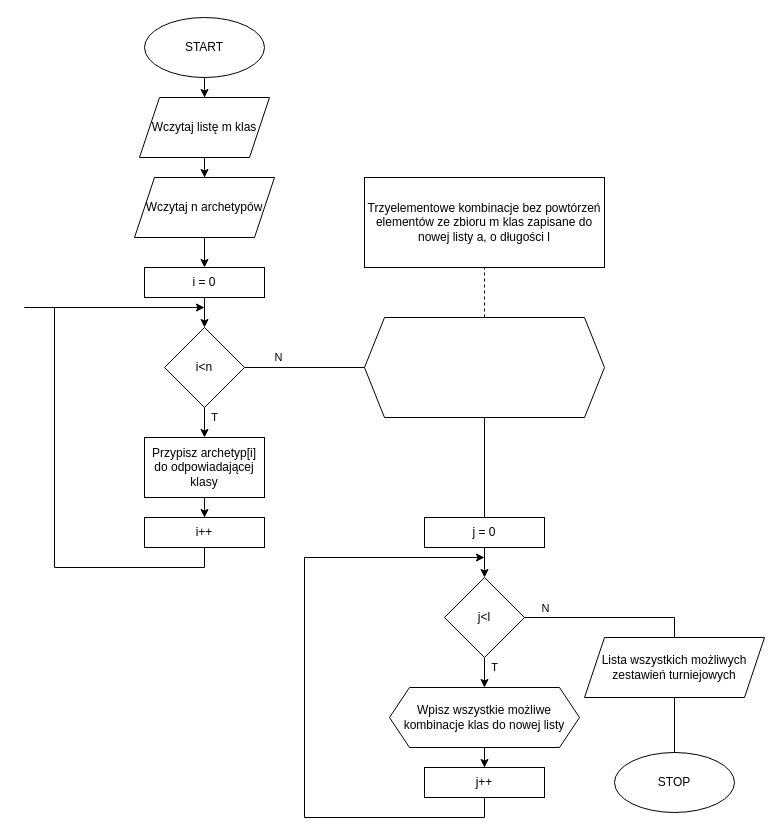
Earlier version of the draw.io diagram AlgorytmPostepowania.drawio (Moluk34/aplikacjesieciowe). Source tidied: cells renumbered, new cells numbered last; positions are measured from the earlier drawing's top-left corner, leaving out a move shared by most shapes. Both pictures are drawn from the tidied source at 100%, with x=0, y=0 at pixel (24, 17).
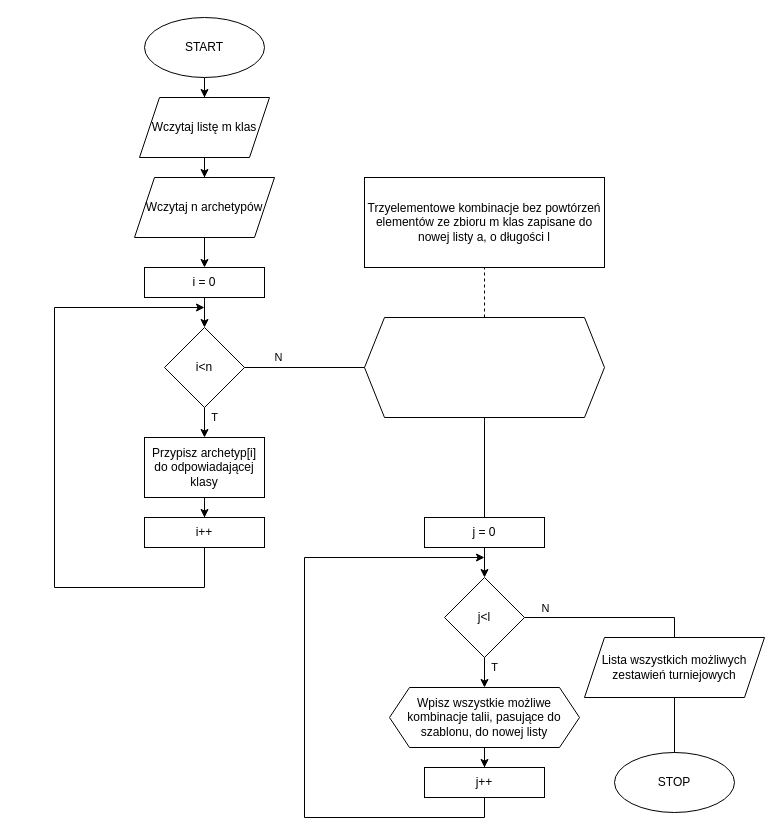
The same diagram, later.

The change refers to these unchanged cells:
```xml
<mxCell id="18" value="i++" style="whiteSpace=wrap;html=1;" parent="1" vertex="1">
  <mxGeometry x="120" y="500" width="120" height="30" as="geometry" />
</mxCell>
```

Change to the diagram source:
```diff
@@
-    <mxCell id="17" style="edgeStyle=orthogonalEdgeStyle;rounded=0;jettySize=auto;html=1;endArrow=none;endFill=0;" parent="1" edge="1" source="18">
-      <mxGeometry relative="1" as="geometry">
-        <mxPoint y="290" as="targetPoint" />
-        <Array as="points">
-          <mxPoint x="180" y="550" />
-          <mxPoint x="30" y="550" />
-          <mxPoint x="30" y="290" />
-        </Array>
-      </mxGeometry>
-    </mxCell>
@@
-    <mxCell id="19" style="endArrow=classic;html=1;rounded=0;" parent="1" edge="1">
+    <mxCell id="19" style="endArrow=classic;html=1;rounded=0;exitX=0.5;exitY=1;exitDx=0;exitDy=0;" parent="1" edge="1" source="18">
       <mxGeometry relative="1" as="geometry">
-        <mxPoint y="290" as="sourcePoint" />
         <mxPoint x="180" y="290" as="targetPoint" />
+        <Array as="points">
+          <mxPoint x="180" y="570" />
+          <mxPoint x="30" y="570" />
+          <mxPoint x="30" y="290" />
+        </Array>
       </mxGeometry>
     </mxCell>
@@
-    <mxCell id="31" value="Wpisz wszystkie możliwe kombinacje klas do nowej listy" style="shape=hexagon;perimeter=hexagonPerimeter2;whiteSpace=wrap;html=1;fixedSize=1;" parent="1" vertex="1">
+    <mxCell id="31" value="Wpisz wszystkie możliwe kombinacje talii, pasujące do szablonu, do nowej listy" style="shape=hexagon;perimeter=hexagonPerimeter2;whiteSpace=wrap;html=1;fixedSize=1;" parent="1" vertex="1">
       <mxGeometry x="365" y="670" width="190" height="60" as="geometry" />
     </mxCell>
```
